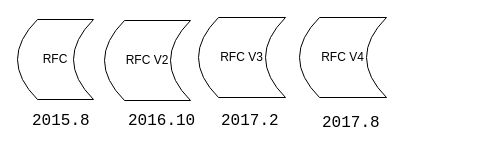
Above: uclamp.drawio in jasonactions/graph (draw.io), before the change. Source tidied: cells renumbered, new cells numbered last; positions are measured from the earlier drawing's top-left corner, leaving out a move shared by most shapes. Both pictures are drawn from the tidied source at 100%, with x=0, y=0 at pixel (17, 17).
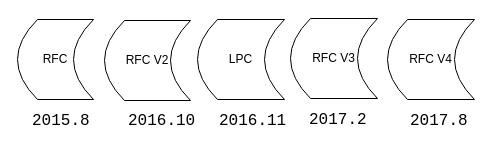
The same page after the edit.

Diff of the diagram source:
```diff
@@
 <mxGraphModel>
   <root>
     <mxCell id="0" />
     <mxCell id="1" parent="0" />
     <mxCell id="2" value="RFC" style="shape=dataStorage;whiteSpace=wrap;html=1;fixedSize=1;" parent="1" vertex="1">
       <mxGeometry y="2" width="76" height="80" as="geometry" />
     </mxCell>
     <mxCell id="3" value="RFC V2" style="shape=dataStorage;whiteSpace=wrap;html=1;fixedSize=1;" parent="1" vertex="1">
       <mxGeometry x="87" y="3" width="86" height="80" as="geometry" />
     </mxCell>
     <mxCell id="4" value="RFC V3" style="shape=dataStorage;whiteSpace=wrap;html=1;fixedSize=1;" parent="1" vertex="1">
-      <mxGeometry x="181" width="87" height="80" as="geometry" />
+      <mxGeometry x="273" y="1" width="87" height="80" as="geometry" />
     </mxCell>
     <mxCell id="5" value="RFC V4" style="shape=dataStorage;whiteSpace=wrap;html=1;fixedSize=1;" parent="1" vertex="1">
-      <mxGeometry x="282" width="87" height="80" as="geometry" />
+      <mxGeometry x="370" y="2" width="87" height="80" as="geometry" />
     </mxCell>
     <mxCell id="6" value="&lt;span style=&quot;color: rgb(0, 0, 0); font-family: courier, monospace; font-size: medium; font-style: normal; font-variant-ligatures: normal; font-variant-caps: normal; font-weight: 400; letter-spacing: normal; orphans: 2; text-align: start; text-indent: 0px; text-transform: none; widows: 2; word-spacing: 0px; -webkit-text-stroke-width: 0px; white-space: normal; text-decoration-thickness: initial; text-decoration-style: initial; text-decoration-color: initial; display: inline !important; float: none;&quot;&gt;2015.8&lt;/span&gt;" style="text;whiteSpace=wrap;html=1;" parent="1" vertex="1">
       <mxGeometry x="13" y="88" width="42" height="31" as="geometry" />
     </mxCell>
     <mxCell id="7" value="&lt;font size=&quot;3&quot; face=&quot;courier, monospace&quot;&gt;2017.2&lt;/font&gt;" style="text;whiteSpace=wrap;html=1;" parent="1" vertex="1">
-      <mxGeometry x="202" y="88" width="45" height="31" as="geometry" />
+      <mxGeometry x="290" y="87" width="45" height="31" as="geometry" />
     </mxCell>
     <mxCell id="8" value="&lt;span style=&quot;color: rgb(0, 0, 0); font-family: courier, monospace; font-size: medium; font-style: normal; font-variant-ligatures: normal; font-variant-caps: normal; font-weight: 400; letter-spacing: normal; orphans: 2; text-align: start; text-indent: 0px; text-transform: none; widows: 2; word-spacing: 0px; -webkit-text-stroke-width: 0px; white-space: normal; text-decoration-thickness: initial; text-decoration-style: initial; text-decoration-color: initial; display: inline !important; float: none;&quot;&gt;2016.10&lt;/span&gt;" style="text;whiteSpace=wrap;html=1;" parent="1" vertex="1">
       <mxGeometry x="109" y="88" width="42" height="31" as="geometry" />
     </mxCell>
     <mxCell id="9" value="&lt;font size=&quot;3&quot; face=&quot;courier, monospace&quot;&gt;2017.8&lt;/font&gt;" style="text;whiteSpace=wrap;html=1;" parent="1" vertex="1">
-      <mxGeometry x="303" y="90" width="45" height="31" as="geometry" />
+      <mxGeometry x="391" y="88" width="45" height="31" as="geometry" />
     </mxCell>
+    <mxCell id="10" value="LPC" style="shape=dataStorage;whiteSpace=wrap;html=1;fixedSize=1;" parent="1" vertex="1">
+      <mxGeometry x="180" y="2" width="87" height="80" as="geometry" />
+    </mxCell>
+    <mxCell id="11" value="&lt;span style=&quot;color: rgb(0, 0, 0); font-family: courier, monospace; font-size: medium; font-style: normal; font-variant-ligatures: normal; font-variant-caps: normal; font-weight: 400; letter-spacing: normal; orphans: 2; text-align: start; text-indent: 0px; text-transform: none; widows: 2; word-spacing: 0px; -webkit-text-stroke-width: 0px; white-space: normal; text-decoration-thickness: initial; text-decoration-style: initial; text-decoration-color: initial; display: inline !important; float: none;&quot;&gt;2016.11&lt;/span&gt;" style="text;whiteSpace=wrap;html=1;" parent="1" vertex="1">
+      <mxGeometry x="200" y="88" width="42" height="31" as="geometry" />
+    </mxCell>
   </root>
 </mxGraphModel>
```
